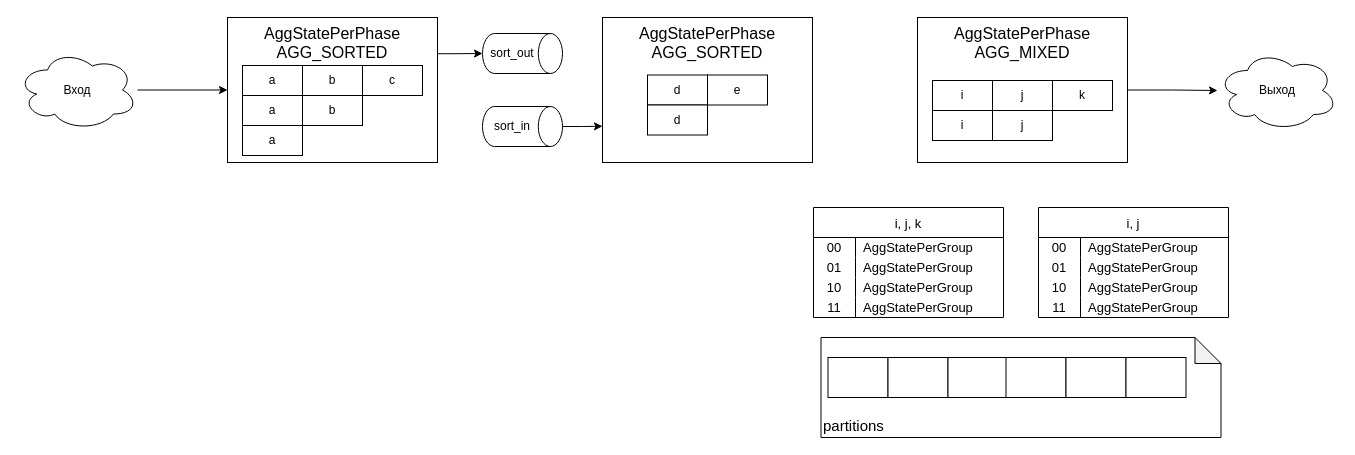
Earlier version of the draw.io diagram how-group-by-works/gs-mixed-agg-arch-1.drawio (ashenBlade/tantor-pg-meetups). Source tidied: cells renumbered, new cells numbered last; positions are measured from the earlier drawing's top-left corner, leaving out a move shared by most shapes. Both pictures are drawn from the tidied source at 100%, with x=0, y=0 at pixel (17, 13).
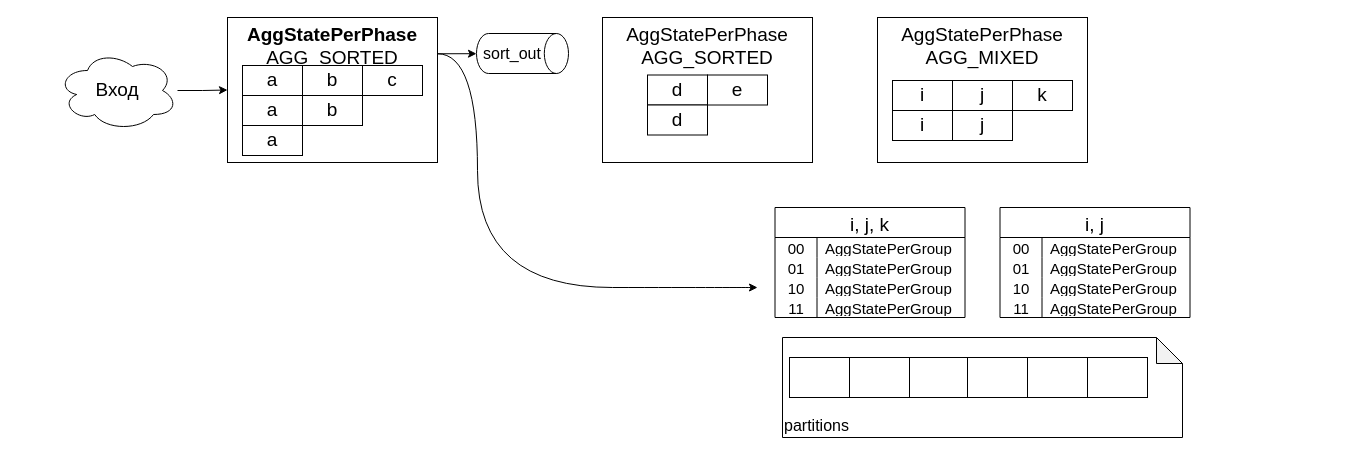
The same diagram, later.

Change to the diagram source:
```diff
@@
-    <mxCell id="2" value="AggStatePerPhase&lt;div&gt;AGG_MIXED&lt;/div&gt;" style="rounded=0;whiteSpace=wrap;html=1;verticalAlign=top;fontSize=16;" parent="1" vertex="1">
-      <mxGeometry x="900" y="4" width="210" height="145" as="geometry" />
+    <mxCell id="2" value="AggStatePerPhase&lt;div&gt;AGG_MIXED&lt;/div&gt;" style="rounded=0;whiteSpace=wrap;html=1;verticalAlign=top;fontSize=19;" parent="1" vertex="1">
+      <mxGeometry x="860" y="4" width="210" height="145" as="geometry" />
     </mxCell>
-    <mxCell id="3" value="i" style="rounded=0;whiteSpace=wrap;html=1;" parent="1" vertex="1">
-      <mxGeometry x="915" y="67" width="60" height="30" as="geometry" />
+    <mxCell id="3" value="i" style="rounded=0;whiteSpace=wrap;html=1;fontSize=19;" parent="1" vertex="1">
+      <mxGeometry x="875" y="67" width="60" height="30" as="geometry" />
     </mxCell>
-    <mxCell id="4" value="j" style="rounded=0;whiteSpace=wrap;html=1;" parent="1" vertex="1">
-      <mxGeometry x="975" y="67" width="60" height="30" as="geometry" />
+    <mxCell id="4" value="j" style="rounded=0;whiteSpace=wrap;html=1;fontSize=19;" parent="1" vertex="1">
+      <mxGeometry x="935" y="67" width="60" height="30" as="geometry" />
     </mxCell>
-    <mxCell id="5" value="k" style="rounded=0;whiteSpace=wrap;html=1;" parent="1" vertex="1">
-      <mxGeometry x="1035" y="67" width="60" height="30" as="geometry" />
+    <mxCell id="5" value="k" style="rounded=0;whiteSpace=wrap;html=1;fontSize=19;" parent="1" vertex="1">
+      <mxGeometry x="995" y="67" width="60" height="30" as="geometry" />
     </mxCell>
@@
-    <mxCell id="7" value="Вход" style="ellipse;shape=cloud;whiteSpace=wrap;html=1;" parent="1" vertex="1">
-      <mxGeometry y="36.5" width="120" height="80" as="geometry" />
+    <mxCell id="7" value="Вход" style="ellipse;shape=cloud;whiteSpace=wrap;html=1;fontSize=19;" parent="1" vertex="1">
+      <mxGeometry x="40" y="37" width="120" height="80" as="geometry" />
     </mxCell>
-    <mxCell id="8" value="Выход" style="ellipse;shape=cloud;whiteSpace=wrap;html=1;" parent="1" vertex="1">
-      <mxGeometry x="1200" y="37" width="120" height="80" as="geometry" />
-    </mxCell>
-    <mxCell id="9" style="edgeStyle=orthogonalEdgeStyle;rounded=0;jettySize=auto;html=1;exitX=1;exitY=0.5;exitDx=0;exitDy=0;" parent="1" edge="1" source="2" target="8">
-      <mxGeometry relative="1" as="geometry" />
-    </mxCell>
-    <mxCell id="10" value="partitions" style="shape=note;whiteSpace=wrap;html=1;backgroundOutline=1;darkOpacity=0.05;size=26;align=left;verticalAlign=bottom;fontSize=15;" parent="1" vertex="1">
-      <mxGeometry x="803.5" y="324" width="400" height="100" as="geometry" />
+    <mxCell id="10" value="partitions" style="shape=note;whiteSpace=wrap;html=1;backgroundOutline=1;darkOpacity=0.05;size=26;align=left;verticalAlign=bottom;fontSize=16;" parent="1" vertex="1">
+      <mxGeometry x="765" y="324" width="400" height="100" as="geometry" />
     </mxCell>
-    <mxCell id="11" style="rounded=0;whiteSpace=wrap;html=1;" parent="1" vertex="1">
-      <mxGeometry x="810.5" y="344" width="60" height="40" as="geometry" />
+    <mxCell id="11" style="rounded=0;whiteSpace=wrap;html=1;fontSize=15;" parent="1" vertex="1">
+      <mxGeometry x="772" y="344" width="60" height="40" as="geometry" />
     </mxCell>
-    <mxCell id="12" style="rounded=0;whiteSpace=wrap;html=1;" parent="1" vertex="1">
-      <mxGeometry x="870.5" y="344" width="60" height="40" as="geometry" />
+    <mxCell id="12" style="rounded=0;whiteSpace=wrap;html=1;fontSize=15;" parent="1" vertex="1">
+      <mxGeometry x="832" y="344" width="60" height="40" as="geometry" />
     </mxCell>
-    <mxCell id="13" style="rounded=0;whiteSpace=wrap;html=1;" parent="1" vertex="1">
-      <mxGeometry x="930.5" y="344" width="60" height="40" as="geometry" />
+    <mxCell id="13" style="rounded=0;whiteSpace=wrap;html=1;fontSize=15;" parent="1" vertex="1">
+      <mxGeometry x="892" y="344" width="60" height="40" as="geometry" />
     </mxCell>
-    <mxCell id="14" style="rounded=0;whiteSpace=wrap;html=1;" parent="1" vertex="1">
-      <mxGeometry x="988.5" y="344" width="60" height="40" as="geometry" />
+    <mxCell id="14" style="rounded=0;whiteSpace=wrap;html=1;fontSize=15;" parent="1" vertex="1">
+      <mxGeometry x="950" y="344" width="60" height="40" as="geometry" />
     </mxCell>
-    <mxCell id="15" style="rounded=0;whiteSpace=wrap;html=1;" parent="1" vertex="1">
-      <mxGeometry x="1048.5" y="344" width="60" height="40" as="geometry" />
+    <mxCell id="15" style="rounded=0;whiteSpace=wrap;html=1;fontSize=15;" parent="1" vertex="1">
+      <mxGeometry x="1010" y="344" width="60" height="40" as="geometry" />
     </mxCell>
-    <mxCell id="16" style="rounded=0;whiteSpace=wrap;html=1;" parent="1" vertex="1">
-      <mxGeometry x="1108.5" y="344" width="60" height="40" as="geometry" />
+    <mxCell id="16" style="rounded=0;whiteSpace=wrap;html=1;fontSize=15;" parent="1" vertex="1">
+      <mxGeometry x="1070" y="344" width="60" height="40" as="geometry" />
     </mxCell>
-    <mxCell id="17" value="i, j, k" style="shape=table;startSize=30;childLayout=tableLayout;rowLines=0;fontStyle=0;strokeColor=default;fontSize=13;" parent="1" vertex="1">
-      <mxGeometry x="796" y="194" width="190" height="110" as="geometry" />
+    <mxCell id="17" value="i, j, k" style="shape=table;startSize=30;childLayout=tableLayout;rowLines=0;fontStyle=0;strokeColor=default;fontSize=19;" parent="1" vertex="1">
+      <mxGeometry x="757.5" y="194" width="190" height="110" as="geometry" />
     </mxCell>
-    <mxCell id="18" style="shape=tableRow;horizontal=0;startSize=0;swimlaneHead=0;swimlaneBody=0;top=0;left=0;bottom=0;right=0;fillColor=none;strokeColor=inherit;fontSize=16;" parent="17" vertex="1">
+    <mxCell id="18" style="shape=tableRow;horizontal=0;startSize=0;swimlaneHead=0;swimlaneBody=0;top=0;left=0;bottom=0;right=0;fillColor=none;strokeColor=inherit;fontSize=15;" parent="17" vertex="1">
       <mxGeometry y="30" width="190" height="20" as="geometry" />
     </mxCell>
-    <mxCell id="19" value="00" style="shape=partialRectangle;html=1;whiteSpace=wrap;fillColor=none;top=0;left=0;bottom=0;right=0;overflow=hidden;strokeColor=inherit;fontSize=13;" parent="18" vertex="1">
+    <mxCell id="19" value="00" style="shape=partialRectangle;html=1;whiteSpace=wrap;fillColor=none;top=0;left=0;bottom=0;right=0;overflow=hidden;strokeColor=inherit;fontSize=15;" parent="18" vertex="1">
       <mxGeometry width="42" height="20" as="geometry" />
     </mxCell>
-    <mxCell id="20" value="AggStatePerGroup" style="shape=partialRectangle;html=1;whiteSpace=wrap;fillColor=none;top=0;left=0;bottom=0;right=0;align=left;spacingLeft=6;overflow=hidden;strokeColor=inherit;fontSize=13;" parent="18" vertex="1">
+    <mxCell id="20" value="AggStatePerGroup" style="shape=partialRectangle;html=1;whiteSpace=wrap;fillColor=none;top=0;left=0;bottom=0;right=0;align=left;spacingLeft=6;overflow=hidden;strokeColor=inherit;fontSize=15;" parent="18" vertex="1">
       <mxGeometry x="42" width="148" height="20" as="geometry" />
     </mxCell>
-    <mxCell id="21" style="shape=tableRow;horizontal=0;startSize=0;swimlaneHead=0;swimlaneBody=0;top=0;left=0;bottom=0;right=0;fillColor=none;strokeColor=inherit;fontSize=16;" parent="17" vertex="1">
+    <mxCell id="21" style="shape=tableRow;horizontal=0;startSize=0;swimlaneHead=0;swimlaneBody=0;top=0;left=0;bottom=0;right=0;fillColor=none;strokeColor=inherit;fontSize=15;" parent="17" vertex="1">
       <mxGeometry y="50" width="190" height="20" as="geometry" />
     </mxCell>
-    <mxCell id="22" value="01" style="shape=partialRectangle;html=1;whiteSpace=wrap;fillColor=none;top=0;left=0;bottom=0;right=0;overflow=hidden;strokeColor=inherit;fontSize=13;" parent="21" vertex="1">
+    <mxCell id="22" value="01" style="shape=partialRectangle;html=1;whiteSpace=wrap;fillColor=none;top=0;left=0;bottom=0;right=0;overflow=hidden;strokeColor=inherit;fontSize=15;" parent="21" vertex="1">
       <mxGeometry width="42" height="20" as="geometry" />
     </mxCell>
-    <mxCell id="23" value="AggStatePerGroup" style="shape=partialRectangle;html=1;whiteSpace=wrap;fillColor=none;top=0;left=0;bottom=0;right=0;align=left;spacingLeft=6;overflow=hidden;strokeColor=inherit;fontSize=13;" parent="21" vertex="1">
+    <mxCell id="23" value="AggStatePerGroup" style="shape=partialRectangle;html=1;whiteSpace=wrap;fillColor=none;top=0;left=0;bottom=0;right=0;align=left;spacingLeft=6;overflow=hidden;strokeColor=inherit;fontSize=15;" parent="21" vertex="1">
       <mxGeometry x="42" width="148" height="20" as="geometry" />
     </mxCell>
-    <mxCell id="24" style="shape=tableRow;horizontal=0;startSize=0;swimlaneHead=0;swimlaneBody=0;top=0;left=0;bottom=0;right=0;fillColor=none;strokeColor=inherit;fontSize=16;" parent="17" vertex="1">
+    <mxCell id="24" style="shape=tableRow;horizontal=0;startSize=0;swimlaneHead=0;swimlaneBody=0;top=0;left=0;bottom=0;right=0;fillColor=none;strokeColor=inherit;fontSize=15;" parent="17" vertex="1">
       <mxGeometry y="70" width="190" height="20" as="geometry" />
     </mxCell>
-    <mxCell id="25" value="10" style="shape=partialRectangle;html=1;whiteSpace=wrap;fillColor=none;top=0;left=0;bottom=0;right=0;overflow=hidden;strokeColor=inherit;fontSize=13;" parent="24" vertex="1">
+    <mxCell id="25" value="10" style="shape=partialRectangle;html=1;whiteSpace=wrap;fillColor=none;top=0;left=0;bottom=0;right=0;overflow=hidden;strokeColor=inherit;fontSize=15;" parent="24" vertex="1">
       <mxGeometry width="42" height="20" as="geometry" />
     </mxCell>
-    <mxCell id="26" value="AggStatePerGroup" style="shape=partialRectangle;html=1;whiteSpace=wrap;fillColor=none;top=0;left=0;bottom=0;right=0;align=left;spacingLeft=6;overflow=hidden;strokeColor=inherit;fontSize=13;" parent="24" vertex="1">
+    <mxCell id="26" value="AggStatePerGroup" style="shape=partialRectangle;html=1;whiteSpace=wrap;fillColor=none;top=0;left=0;bottom=0;right=0;align=left;spacingLeft=6;overflow=hidden;strokeColor=inherit;fontSize=15;" parent="24" vertex="1">
       <mxGeometry x="42" width="148" height="20" as="geometry" />
     </mxCell>
-    <mxCell id="27" style="shape=tableRow;horizontal=0;startSize=0;swimlaneHead=0;swimlaneBody=0;top=0;left=0;bottom=0;right=0;fillColor=none;strokeColor=inherit;fontSize=16;" parent="17" vertex="1">
+    <mxCell id="27" style="shape=tableRow;horizontal=0;startSize=0;swimlaneHead=0;swimlaneBody=0;top=0;left=0;bottom=0;right=0;fillColor=none;strokeColor=inherit;fontSize=15;" parent="17" vertex="1">
       <mxGeometry y="90" width="190" height="20" as="geometry" />
     </mxCell>
-    <mxCell id="28" value="11" style="shape=partialRectangle;html=1;whiteSpace=wrap;fillColor=none;top=0;left=0;bottom=0;right=0;overflow=hidden;strokeColor=inherit;fontSize=13;" parent="27" vertex="1">
+    <mxCell id="28" value="11" style="shape=partialRectangle;html=1;whiteSpace=wrap;fillColor=none;top=0;left=0;bottom=0;right=0;overflow=hidden;strokeColor=inherit;fontSize=15;" parent="27" vertex="1">
       <mxGeometry width="42" height="20" as="geometry" />
     </mxCell>
-    <mxCell id="29" value="AggStatePerGroup" style="shape=partialRectangle;html=1;whiteSpace=wrap;fillColor=none;top=0;left=0;bottom=0;right=0;align=left;spacingLeft=6;overflow=hidden;strokeColor=inherit;fontSize=13;" parent="27" vertex="1">
+    <mxCell id="29" value="AggStatePerGroup" style="shape=partialRectangle;html=1;whiteSpace=wrap;fillColor=none;top=0;left=0;bottom=0;right=0;align=left;spacingLeft=6;overflow=hidden;strokeColor=inherit;fontSize=15;" parent="27" vertex="1">
       <mxGeometry x="42" width="148" height="20" as="geometry" />
     </mxCell>
+    <mxCell id="60" style="edgeStyle=orthogonalEdgeStyle;rounded=0;jettySize=auto;html=1;exitX=1;exitY=0.25;exitDx=0;exitDy=0;curved=1;strokeWidth=1;endArrow=classic;endFill=1;" parent="1" edge="1" source="30">
+      <mxGeometry relative="1" as="geometry">
+        <mxPoint x="740" y="274" as="targetPoint" />
+        <Array as="points">
+          <mxPoint x="460" y="40" />
+          <mxPoint x="460" y="274" />
+          <mxPoint x="730" y="274" />
+        </Array>
+      </mxGeometry>
+    </mxCell>
-    <mxCell id="30" value="AggStatePerPhase&lt;div&gt;AGG_SORTED&lt;/div&gt;" style="rounded=0;whiteSpace=wrap;html=1;verticalAlign=top;fontSize=16;" parent="1" vertex="1">
+    <mxCell id="30" value="&lt;b&gt;AggStatePerPhase&lt;/b&gt;&lt;div&gt;AGG_SORTED&lt;/div&gt;" style="rounded=0;whiteSpace=wrap;html=1;verticalAlign=top;fontSize=19;" parent="1" vertex="1">
       <mxGeometry x="210" y="4" width="210" height="145" as="geometry" />
     </mxCell>
-    <mxCell id="31" value="a" style="rounded=0;whiteSpace=wrap;html=1;" parent="1" vertex="1">
+    <mxCell id="31" value="a" style="rounded=0;whiteSpace=wrap;html=1;fontSize=19;" parent="1" vertex="1">
       <mxGeometry x="225" y="52" width="60" height="30" as="geometry" />
     </mxCell>
-    <mxCell id="32" value="b" style="rounded=0;whiteSpace=wrap;html=1;" parent="1" vertex="1">
+    <mxCell id="32" value="b" style="rounded=0;whiteSpace=wrap;html=1;fontSize=19;" parent="1" vertex="1">
       <mxGeometry x="285" y="52" width="60" height="30" as="geometry" />
     </mxCell>
-    <mxCell id="33" value="c" style="rounded=0;whiteSpace=wrap;html=1;" parent="1" vertex="1">
+    <mxCell id="33" value="c" style="rounded=0;whiteSpace=wrap;html=1;fontSize=19;" parent="1" vertex="1">
       <mxGeometry x="345" y="52" width="60" height="30" as="geometry" />
     </mxCell>
-    <mxCell id="34" value="a" style="rounded=0;whiteSpace=wrap;html=1;" parent="1" vertex="1">
+    <mxCell id="34" value="a" style="rounded=0;whiteSpace=wrap;html=1;fontSize=19;" parent="1" vertex="1">
       <mxGeometry x="225" y="82" width="60" height="30" as="geometry" />
     </mxCell>
-    <mxCell id="35" value="b" style="rounded=0;whiteSpace=wrap;html=1;" parent="1" vertex="1">
+    <mxCell id="35" value="b" style="rounded=0;whiteSpace=wrap;html=1;fontSize=19;" parent="1" vertex="1">
       <mxGeometry x="285" y="82" width="60" height="30" as="geometry" />
     </mxCell>
-    <mxCell id="36" value="a" style="rounded=0;whiteSpace=wrap;html=1;" parent="1" vertex="1">
+    <mxCell id="36" value="a" style="rounded=0;whiteSpace=wrap;html=1;fontSize=19;" parent="1" vertex="1">
       <mxGeometry x="225" y="112" width="60" height="30" as="geometry" />
     </mxCell>
-    <mxCell id="37" value="AggStatePerPhase&lt;div&gt;AGG_SORTED&lt;/div&gt;" style="rounded=0;whiteSpace=wrap;html=1;verticalAlign=top;fontSize=16;" parent="1" vertex="1">
+    <mxCell id="37" value="AggStatePerPhase&lt;div&gt;AGG_SORTED&lt;/div&gt;" style="rounded=0;whiteSpace=wrap;html=1;verticalAlign=top;fontSize=19;" parent="1" vertex="1">
       <mxGeometry x="585" y="4" width="210" height="145" as="geometry" />
     </mxCell>
-    <mxCell id="38" value="d" style="rounded=0;whiteSpace=wrap;html=1;" parent="1" vertex="1">
+    <mxCell id="38" value="d" style="rounded=0;whiteSpace=wrap;html=1;fontSize=19;" parent="1" vertex="1">
       <mxGeometry x="630" y="61.5" width="60" height="30" as="geometry" />
     </mxCell>
-    <mxCell id="39" value="e" style="rounded=0;whiteSpace=wrap;html=1;" parent="1" vertex="1">
+    <mxCell id="39" value="e" style="rounded=0;whiteSpace=wrap;html=1;fontSize=19;" parent="1" vertex="1">
       <mxGeometry x="690" y="61.5" width="60" height="30" as="geometry" />
     </mxCell>
-    <mxCell id="40" value="d" style="rounded=0;whiteSpace=wrap;html=1;" parent="1" vertex="1">
+    <mxCell id="40" value="d" style="rounded=0;whiteSpace=wrap;html=1;fontSize=19;" parent="1" vertex="1">
       <mxGeometry x="630" y="91.5" width="60" height="30" as="geometry" />
     </mxCell>
-    <mxCell id="41" value="sort_out" style="shape=cylinder3;whiteSpace=wrap;html=1;boundedLbl=1;backgroundOutline=1;size=12.095238095238301;rotation=90;horizontal=0;" parent="1" vertex="1">
-      <mxGeometry x="485" width="40" height="80" as="geometry" />
+    <mxCell id="41" value="sort_out" style="shape=cylinder3;whiteSpace=wrap;html=1;boundedLbl=1;backgroundOutline=1;size=12.095238095238301;rotation=90;horizontal=0;fontSize=16;" parent="1" vertex="1">
+      <mxGeometry x="485" y="-6" width="40" height="92" as="geometry" />
     </mxCell>
-    <mxCell id="42" style="edgeStyle=orthogonalEdgeStyle;rounded=0;jettySize=auto;html=1;entryX=0;entryY=0.75;entryDx=0;entryDy=0;" parent="1" edge="1" source="43" target="37">
-      <mxGeometry relative="1" as="geometry" />
-    </mxCell>
-    <mxCell id="43" value="sort_in" style="shape=cylinder3;whiteSpace=wrap;html=1;boundedLbl=1;backgroundOutline=1;size=12.095238095238301;rotation=90;horizontal=0;" parent="1" vertex="1">
-      <mxGeometry x="485" y="73" width="40" height="80" as="geometry" />
-    </mxCell>
@@
-    <mxCell id="45" value="i" style="rounded=0;whiteSpace=wrap;html=1;" parent="1" vertex="1">
-      <mxGeometry x="915" y="97" width="60" height="30" as="geometry" />
+    <mxCell id="45" value="i" style="rounded=0;whiteSpace=wrap;html=1;fontSize=19;" parent="1" vertex="1">
+      <mxGeometry x="875" y="97" width="60" height="30" as="geometry" />
     </mxCell>
-    <mxCell id="46" value="j" style="rounded=0;whiteSpace=wrap;html=1;" parent="1" vertex="1">
-      <mxGeometry x="975" y="97" width="60" height="30" as="geometry" />
+    <mxCell id="46" value="j" style="rounded=0;whiteSpace=wrap;html=1;fontSize=19;" parent="1" vertex="1">
+      <mxGeometry x="935" y="97" width="60" height="30" as="geometry" />
     </mxCell>
-    <mxCell id="47" value="i, j" style="shape=table;startSize=30;childLayout=tableLayout;rowLines=0;fontStyle=0;strokeColor=default;fontSize=13;" parent="1" vertex="1">
-      <mxGeometry x="1021" y="194" width="190" height="110" as="geometry" />
+    <mxCell id="47" value="i, j" style="shape=table;startSize=30;childLayout=tableLayout;rowLines=0;fontStyle=0;strokeColor=default;fontSize=19;" parent="1" vertex="1">
+      <mxGeometry x="982.5" y="194" width="190" height="110" as="geometry" />
     </mxCell>
-    <mxCell id="48" style="shape=tableRow;horizontal=0;startSize=0;swimlaneHead=0;swimlaneBody=0;top=0;left=0;bottom=0;right=0;fillColor=none;strokeColor=inherit;fontSize=16;" parent="47" vertex="1">
+    <mxCell id="48" style="shape=tableRow;horizontal=0;startSize=0;swimlaneHead=0;swimlaneBody=0;top=0;left=0;bottom=0;right=0;fillColor=none;strokeColor=inherit;fontSize=15;" parent="47" vertex="1">
       <mxGeometry y="30" width="190" height="20" as="geometry" />
     </mxCell>
-    <mxCell id="49" value="00" style="shape=partialRectangle;html=1;whiteSpace=wrap;fillColor=none;top=0;left=0;bottom=0;right=0;overflow=hidden;strokeColor=inherit;fontSize=13;" parent="48" vertex="1">
+    <mxCell id="49" value="00" style="shape=partialRectangle;html=1;whiteSpace=wrap;fillColor=none;top=0;left=0;bottom=0;right=0;overflow=hidden;strokeColor=inherit;fontSize=15;" parent="48" vertex="1">
       <mxGeometry width="42" height="20" as="geometry" />
     </mxCell>
-    <mxCell id="50" value="AggStatePerGroup" style="shape=partialRectangle;html=1;whiteSpace=wrap;fillColor=none;top=0;left=0;bottom=0;right=0;align=left;spacingLeft=6;overflow=hidden;strokeColor=inherit;fontSize=13;" parent="48" vertex="1">
+    <mxCell id="50" value="AggStatePerGroup" style="shape=partialRectangle;html=1;whiteSpace=wrap;fillColor=none;top=0;left=0;bottom=0;right=0;align=left;spacingLeft=6;overflow=hidden;strokeColor=inherit;fontSize=15;" parent="48" vertex="1">
       <mxGeometry x="42" width="148" height="20" as="geometry" />
     </mxCell>
-    <mxCell id="51" style="shape=tableRow;horizontal=0;startSize=0;swimlaneHead=0;swimlaneBody=0;top=0;left=0;bottom=0;right=0;fillColor=none;strokeColor=inherit;fontSize=16;" parent="47" vertex="1">
+    <mxCell id="51" style="shape=tableRow;horizontal=0;startSize=0;swimlaneHead=0;swimlaneBody=0;top=0;left=0;bottom=0;right=0;fillColor=none;strokeColor=inherit;fontSize=15;" parent="47" vertex="1">
       <mxGeometry y="50" width="190" height="20" as="geometry" />
     </mxCell>
-    <mxCell id="52" value="01" style="shape=partialRectangle;html=1;whiteSpace=wrap;fillColor=none;top=0;left=0;bottom=0;right=0;overflow=hidden;strokeColor=inherit;fontSize=13;" parent="51" vertex="1">
+    <mxCell id="52" value="01" style="shape=partialRectangle;html=1;whiteSpace=wrap;fillColor=none;top=0;left=0;bottom=0;right=0;overflow=hidden;strokeColor=inherit;fontSize=15;" parent="51" vertex="1">
       <mxGeometry width="42" height="20" as="geometry" />
     </mxCell>
-    <mxCell id="53" value="AggStatePerGroup" style="shape=partialRectangle;html=1;whiteSpace=wrap;fillColor=none;top=0;left=0;bottom=0;right=0;align=left;spacingLeft=6;overflow=hidden;strokeColor=inherit;fontSize=13;" parent="51" vertex="1">
+    <mxCell id="53" value="AggStatePerGroup" style="shape=partialRectangle;html=1;whiteSpace=wrap;fillColor=none;top=0;left=0;bottom=0;right=0;align=left;spacingLeft=6;overflow=hidden;strokeColor=inherit;fontSize=15;" parent="51" vertex="1">
       <mxGeometry x="42" width="148" height="20" as="geometry" />
     </mxCell>
-    <mxCell id="54" style="shape=tableRow;horizontal=0;startSize=0;swimlaneHead=0;swimlaneBody=0;top=0;left=0;bottom=0;right=0;fillColor=none;strokeColor=inherit;fontSize=16;" parent="47" vertex="1">
+    <mxCell id="54" style="shape=tableRow;horizontal=0;startSize=0;swimlaneHead=0;swimlaneBody=0;top=0;left=0;bottom=0;right=0;fillColor=none;strokeColor=inherit;fontSize=15;" parent="47" vertex="1">
       <mxGeometry y="70" width="190" height="20" as="geometry" />
     </mxCell>
-    <mxCell id="55" value="10" style="shape=partialRectangle;html=1;whiteSpace=wrap;fillColor=none;top=0;left=0;bottom=0;right=0;overflow=hidden;strokeColor=inherit;fontSize=13;" parent="54" vertex="1">
+    <mxCell id="55" value="10" style="shape=partialRectangle;html=1;whiteSpace=wrap;fillColor=none;top=0;left=0;bottom=0;right=0;overflow=hidden;strokeColor=inherit;fontSize=15;" parent="54" vertex="1">
       <mxGeometry width="42" height="20" as="geometry" />
     </mxCell>
-    <mxCell id="56" value="AggStatePerGroup" style="shape=partialRectangle;html=1;whiteSpace=wrap;fillColor=none;top=0;left=0;bottom=0;right=0;align=left;spacingLeft=6;overflow=hidden;strokeColor=inherit;fontSize=13;" parent="54" vertex="1">
+    <mxCell id="56" value="AggStatePerGroup" style="shape=partialRectangle;html=1;whiteSpace=wrap;fillColor=none;top=0;left=0;bottom=0;right=0;align=left;spacingLeft=6;overflow=hidden;strokeColor=inherit;fontSize=15;" parent="54" vertex="1">
       <mxGeometry x="42" width="148" height="20" as="geometry" />
     </mxCell>
-    <mxCell id="57" style="shape=tableRow;horizontal=0;startSize=0;swimlaneHead=0;swimlaneBody=0;top=0;left=0;bottom=0;right=0;fillColor=none;strokeColor=inherit;fontSize=16;" parent="47" vertex="1">
+    <mxCell id="57" style="shape=tableRow;horizontal=0;startSize=0;swimlaneHead=0;swimlaneBody=0;top=0;left=0;bottom=0;right=0;fillColor=none;strokeColor=inherit;fontSize=15;" parent="47" vertex="1">
       <mxGeometry y="90" width="190" height="20" as="geometry" />
     </mxCell>
-    <mxCell id="58" value="11" style="shape=partialRectangle;html=1;whiteSpace=wrap;fillColor=none;top=0;left=0;bottom=0;right=0;overflow=hidden;strokeColor=inherit;fontSize=13;" parent="57" vertex="1">
+    <mxCell id="58" value="11" style="shape=partialRectangle;html=1;whiteSpace=wrap;fillColor=none;top=0;left=0;bottom=0;right=0;overflow=hidden;strokeColor=inherit;fontSize=15;" parent="57" vertex="1">
       <mxGeometry width="42" height="20" as="geometry" />
     </mxCell>
-    <mxCell id="59" value="AggStatePerGroup" style="shape=partialRectangle;html=1;whiteSpace=wrap;fillColor=none;top=0;left=0;bottom=0;right=0;align=left;spacingLeft=6;overflow=hidden;strokeColor=inherit;fontSize=13;" parent="57" vertex="1">
+    <mxCell id="59" value="AggStatePerGroup" style="shape=partialRectangle;html=1;whiteSpace=wrap;fillColor=none;top=0;left=0;bottom=0;right=0;align=left;spacingLeft=6;overflow=hidden;strokeColor=inherit;fontSize=15;" parent="57" vertex="1">
       <mxGeometry x="42" width="148" height="20" as="geometry" />
     </mxCell>
```
